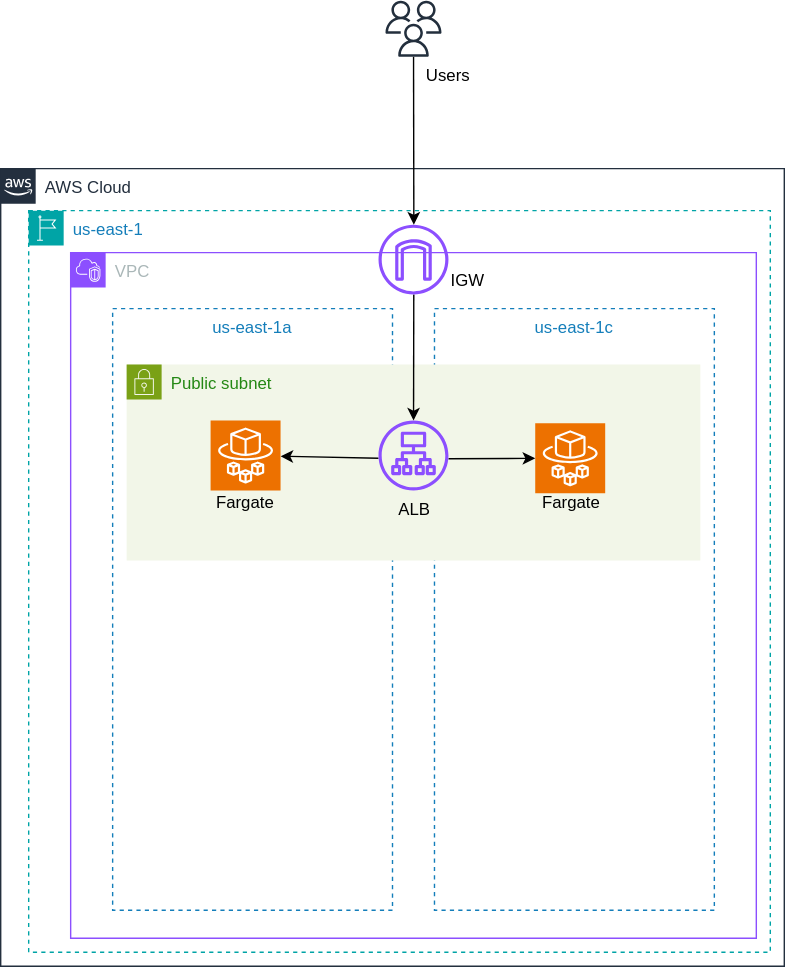
ImuraEiki/react_sns keeps this draw.io diagram as aws.drawio.svg. Above is the earlier version. Source tidied: cells renumbered, new cells last; positions are measured from the earlier drawing's top-left corner, leaving out a move shared by most shapes. The source it was exported from:
```xml
<mxGraphModel>
  <root>
    <mxCell id="0" />
    <mxCell id="1" parent="0" />
    <mxCell id="2" value="AWS Cloud" style="gradientColor=none;html=1;whiteSpace=wrap;fontSize=12;fontStyle=0;shape=mxgraph.aws4.group;grIcon=mxgraph.aws4.group_aws_cloud_alt;strokeColor=#232F3E;fillColor=none;verticalAlign=top;align=left;spacingLeft=30;fontColor=#232F3E;dashed=0;" parent="1" vertex="1">
      <mxGeometry y="120" width="560" height="570" as="geometry" />
    </mxCell>
    <mxCell id="3" value="us-east-1" style="gradientColor=none;html=1;whiteSpace=wrap;fontSize=12;fontStyle=0;shape=mxgraph.aws4.group;grIcon=mxgraph.aws4.group_region;strokeColor=#00A4A6;fillColor=none;verticalAlign=top;align=left;spacingLeft=30;fontColor=#147EBA;dashed=1;" parent="2" vertex="1">
      <mxGeometry x="20" y="30" width="530" height="530" as="geometry" />
    </mxCell>
    <mxCell id="4" value="VPC" style="gradientColor=none;html=1;whiteSpace=wrap;fontSize=12;fontStyle=0;shape=mxgraph.aws4.group;grIcon=mxgraph.aws4.group_vpc2;strokeColor=#8C4FFF;fillColor=none;verticalAlign=top;align=left;spacingLeft=30;fontColor=#AAB7B8;dashed=0;" parent="3" vertex="1">
      <mxGeometry x="30" y="30" width="490" height="490" as="geometry" />
    </mxCell>
    <mxCell id="5" value="us-east-1a" style="fillColor=none;strokeColor=#147EBA;dashed=1;verticalAlign=top;fontStyle=0;fontColor=#147EBA;whiteSpace=wrap;html=1;" parent="4" vertex="1">
      <mxGeometry x="30" y="40" width="200" height="430" as="geometry" />
    </mxCell>
    <mxCell id="6" value="us-east-1c" style="fillColor=none;strokeColor=#147EBA;dashed=1;verticalAlign=top;fontStyle=0;fontColor=#147EBA;whiteSpace=wrap;html=1;" parent="4" vertex="1">
      <mxGeometry x="260" y="40" width="200" height="430" as="geometry" />
    </mxCell>
    <mxCell id="7" value="Public subnet" style="gradientColor=none;html=1;whiteSpace=wrap;fontSize=12;fontStyle=0;shape=mxgraph.aws4.group;grIcon=mxgraph.aws4.group_security_group;grStroke=0;strokeColor=#7AA116;fillColor=#F2F6E8;verticalAlign=top;align=left;spacingLeft=30;fontColor=#248814;dashed=0;" parent="4" vertex="1">
      <mxGeometry x="40" y="80" width="410" height="140" as="geometry" />
    </mxCell>
    <mxCell id="8" value="Fargate" style="text;strokeColor=none;align=center;fillColor=none;html=1;verticalAlign=middle;whiteSpace=wrap;rounded=0;" parent="7" vertex="1">
      <mxGeometry x="55" y="84" width="60" height="30" as="geometry" />
    </mxCell>
    <mxCell id="9" style="edgeStyle=none;html=1;" parent="4" edge="1" target="10">
      <mxGeometry relative="1" as="geometry">
        <mxPoint x="220" y="147" as="sourcePoint" />
      </mxGeometry>
    </mxCell>
    <mxCell id="10" style="sketch=0;points=[[0,0,0],[0.25,0,0],[0.5,0,0],[0.75,0,0],[1,0,0],[0,1,0],[0.25,1,0],[0.5,1,0],[0.75,1,0],[1,1,0],[0,0.25,0],[0,0.5,0],[0,0.75,0],[1,0.25,0],[1,0.5,0],[1,0.75,0]];outlineConnect=0;fontColor=#232F3E;fillColor=#ED7100;strokeColor=#ffffff;dashed=0;verticalLabelPosition=bottom;verticalAlign=top;align=center;html=1;fontSize=12;fontStyle=0;shape=mxgraph.aws4.resourceIcon;resIcon=mxgraph.aws4.fargate;" parent="4" vertex="1">
      <mxGeometry x="100" y="120" width="50" height="50" as="geometry" />
    </mxCell>
    <mxCell id="11" style="sketch=0;points=[[0,0,0],[0.25,0,0],[0.5,0,0],[0.75,0,0],[1,0,0],[0,1,0],[0.25,1,0],[0.5,1,0],[0.75,1,0],[1,1,0],[0,0.25,0],[0,0.5,0],[0,0.75,0],[1,0.25,0],[1,0.5,0],[1,0.75,0]];outlineConnect=0;fontColor=#232F3E;fillColor=#ED7100;strokeColor=#ffffff;dashed=0;verticalLabelPosition=bottom;verticalAlign=top;align=center;html=1;fontSize=12;fontStyle=0;shape=mxgraph.aws4.resourceIcon;resIcon=mxgraph.aws4.fargate;" parent="4" vertex="1">
      <mxGeometry x="332" y="122" width="50" height="50" as="geometry" />
    </mxCell>
    <mxCell id="12" style="edgeStyle=none;html=1;entryX=0;entryY=0.5;entryDx=0;entryDy=0;entryPerimeter=0;" parent="4" edge="1" target="11">
      <mxGeometry relative="1" as="geometry">
        <mxPoint x="270" y="147.4" as="sourcePoint" />
      </mxGeometry>
    </mxCell>
    <mxCell id="13" style="sketch=0;outlineConnect=0;fontColor=#232F3E;gradientColor=none;fillColor=#8C4FFF;strokeColor=none;dashed=0;verticalLabelPosition=bottom;verticalAlign=top;align=center;html=1;fontSize=12;fontStyle=0;shape=mxgraph.aws4.application_load_balancer;" parent="4" vertex="1">
      <mxGeometry x="220" y="120" width="50" height="50" as="geometry" />
    </mxCell>
    <mxCell id="14" style="edgeStyle=none;html=1;" parent="4" edge="1" target="13">
      <mxGeometry relative="1" as="geometry">
        <mxPoint x="245.2" y="30" as="sourcePoint" />
      </mxGeometry>
    </mxCell>
    <mxCell id="15" value="IGW" style="text;strokeColor=none;align=center;fillColor=none;html=1;verticalAlign=middle;whiteSpace=wrap;rounded=0;" parent="4" vertex="1">
      <mxGeometry x="254" y="5" width="60" height="30" as="geometry" />
    </mxCell>
    <mxCell id="16" style="sketch=0;fontColor=#232F3E;gradientColor=none;fillColor=#8C4FFF;strokeColor=none;dashed=0;verticalLabelPosition=bottom;verticalAlign=top;align=center;html=1;fontSize=12;fontStyle=0;shape=mxgraph.aws4.internet_gateway;" parent="4" vertex="1">
      <mxGeometry x="220" y="-20" width="50" height="50" as="geometry" />
    </mxCell>
    <mxCell id="17" value="ALB" style="text;strokeColor=none;align=center;fillColor=none;html=1;verticalAlign=middle;whiteSpace=wrap;rounded=0;" parent="1" vertex="1">
      <mxGeometry x="266" y="349" width="60" height="30" as="geometry" />
    </mxCell>
    <mxCell id="18" value="Fargate" style="text;strokeColor=none;align=center;fillColor=none;html=1;verticalAlign=middle;whiteSpace=wrap;rounded=0;" parent="1" vertex="1">
      <mxGeometry x="378" y="344" width="60" height="30" as="geometry" />
    </mxCell>
    <mxCell id="19" style="edgeStyle=none;html=1;entryX=0.5;entryY=0;entryDx=0;entryDy=0;entryPerimeter=0;" parent="1" edge="1" source="20">
      <mxGeometry relative="1" as="geometry">
        <mxPoint x="295.2" y="160" as="targetPoint" />
      </mxGeometry>
    </mxCell>
    <mxCell id="20" style="sketch=0;outlineConnect=0;fontColor=#232F3E;gradientColor=none;fillColor=#232F3D;strokeColor=none;dashed=0;verticalLabelPosition=bottom;verticalAlign=top;align=center;html=1;fontSize=12;fontStyle=0;shape=mxgraph.aws4.users;" parent="1" vertex="1">
      <mxGeometry x="275" width="40" height="40" as="geometry" />
    </mxCell>
    <mxCell id="21" value="Users" style="text;strokeColor=none;align=center;fillColor=none;html=1;verticalAlign=middle;whiteSpace=wrap;rounded=0;" parent="1" vertex="1">
      <mxGeometry x="290" y="39" width="60" height="30" as="geometry" />
    </mxCell>
  </root>
</mxGraphModel>
```
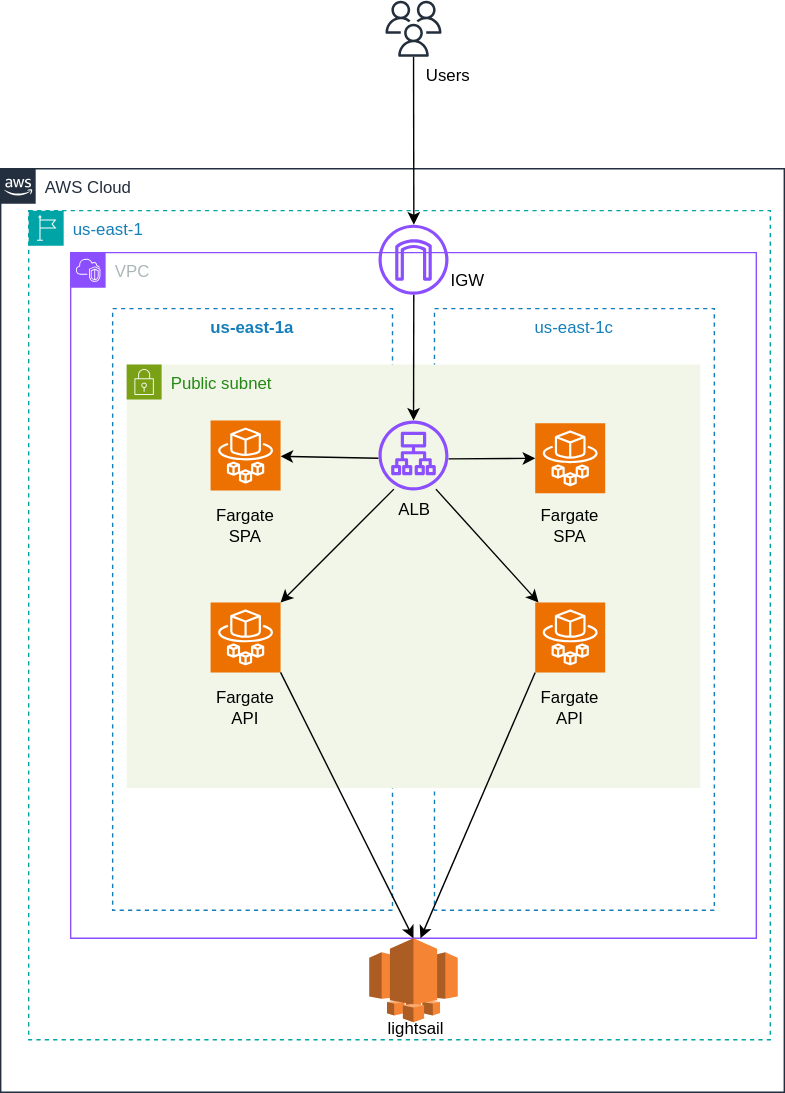
Above is the later version.

Commit message:
doc: AWS構成図を更新

What changed in the source:
```diff
@@ -3,26 +3,40 @@
     <mxCell id="0" />
     <mxCell id="1" parent="0" />
     <mxCell id="2" value="AWS Cloud" style="gradientColor=none;html=1;whiteSpace=wrap;fontSize=12;fontStyle=0;shape=mxgraph.aws4.group;grIcon=mxgraph.aws4.group_aws_cloud_alt;strokeColor=#232F3E;fillColor=none;verticalAlign=top;align=left;spacingLeft=30;fontColor=#232F3E;dashed=0;" parent="1" vertex="1">
-      <mxGeometry y="120" width="560" height="570" as="geometry" />
+      <mxGeometry y="120" width="560" height="660" as="geometry" />
     </mxCell>
     <mxCell id="3" value="us-east-1" style="gradientColor=none;html=1;whiteSpace=wrap;fontSize=12;fontStyle=0;shape=mxgraph.aws4.group;grIcon=mxgraph.aws4.group_region;strokeColor=#00A4A6;fillColor=none;verticalAlign=top;align=left;spacingLeft=30;fontColor=#147EBA;dashed=1;" parent="2" vertex="1">
-      <mxGeometry x="20" y="30" width="530" height="530" as="geometry" />
+      <mxGeometry x="20" y="30" width="530" height="592.5" as="geometry" />
     </mxCell>
     <mxCell id="4" value="VPC" style="gradientColor=none;html=1;whiteSpace=wrap;fontSize=12;fontStyle=0;shape=mxgraph.aws4.group;grIcon=mxgraph.aws4.group_vpc2;strokeColor=#8C4FFF;fillColor=none;verticalAlign=top;align=left;spacingLeft=30;fontColor=#AAB7B8;dashed=0;" parent="3" vertex="1">
       <mxGeometry x="30" y="30" width="490" height="490" as="geometry" />
     </mxCell>
-    <mxCell id="5" value="us-east-1a" style="fillColor=none;strokeColor=#147EBA;dashed=1;verticalAlign=top;fontStyle=0;fontColor=#147EBA;whiteSpace=wrap;html=1;" parent="4" vertex="1">
+    <mxCell id="5" value="us-east-1a" style="fillColor=none;strokeColor=#147EBA;dashed=1;verticalAlign=top;fontStyle=1;fontColor=#147EBA;whiteSpace=wrap;html=1;" parent="4" vertex="1">
       <mxGeometry x="30" y="40" width="200" height="430" as="geometry" />
     </mxCell>
     <mxCell id="6" value="us-east-1c" style="fillColor=none;strokeColor=#147EBA;dashed=1;verticalAlign=top;fontStyle=0;fontColor=#147EBA;whiteSpace=wrap;html=1;" parent="4" vertex="1">
       <mxGeometry x="260" y="40" width="200" height="430" as="geometry" />
     </mxCell>
     <mxCell id="7" value="Public subnet" style="gradientColor=none;html=1;whiteSpace=wrap;fontSize=12;fontStyle=0;shape=mxgraph.aws4.group;grIcon=mxgraph.aws4.group_security_group;grStroke=0;strokeColor=#7AA116;fillColor=#F2F6E8;verticalAlign=top;align=left;spacingLeft=30;fontColor=#248814;dashed=0;" parent="4" vertex="1">
-      <mxGeometry x="40" y="80" width="410" height="140" as="geometry" />
+      <mxGeometry x="40" y="80" width="410" height="302.5" as="geometry" />
     </mxCell>
-    <mxCell id="8" value="Fargate" style="text;strokeColor=none;align=center;fillColor=none;html=1;verticalAlign=middle;whiteSpace=wrap;rounded=0;" parent="7" vertex="1">
-      <mxGeometry x="55" y="84" width="60" height="30" as="geometry" />
-    </mxCell>
+    <mxCell id="18" value="Fargate&lt;br&gt;SPA" style="text;strokeColor=none;align=center;fillColor=none;html=1;verticalAlign=middle;whiteSpace=wrap;rounded=0;" parent="7" vertex="1">
+      <mxGeometry x="287" y="100" width="60" height="30" as="geometry" />
+    </mxCell>
+    <mxCell id="22" style="sketch=0;points=[[0,0,0],[0.25,0,0],[0.5,0,0],[0.75,0,0],[1,0,0],[0,1,0],[0.25,1,0],[0.5,1,0],[0.75,1,0],[1,1,0],[0,0.25,0],[0,0.5,0],[0,0.75,0],[1,0.25,0],[1,0.5,0],[1,0.75,0]];outlineConnect=0;fontColor=#232F3E;fillColor=#ED7100;strokeColor=#ffffff;dashed=0;verticalLabelPosition=bottom;verticalAlign=top;align=center;html=1;fontSize=12;fontStyle=0;shape=mxgraph.aws4.resourceIcon;resIcon=mxgraph.aws4.fargate;" parent="7" vertex="1">
+      <mxGeometry x="60" y="170" width="50" height="50" as="geometry" />
+    </mxCell>
+    <mxCell id="23" style="edgeStyle=none;html=1;exitX=0;exitY=1;exitDx=0;exitDy=0;exitPerimeter=0;" parent="7" edge="1" source="24">
+      <mxGeometry relative="1" as="geometry">
+        <mxPoint x="210" y="410" as="targetPoint" />
+      </mxGeometry>
+    </mxCell>
+    <mxCell id="24" style="sketch=0;points=[[0,0,0],[0.25,0,0],[0.5,0,0],[0.75,0,0],[1,0,0],[0,1,0],[0.25,1,0],[0.5,1,0],[0.75,1,0],[1,1,0],[0,0.25,0],[0,0.5,0],[0,0.75,0],[1,0.25,0],[1,0.5,0],[1,0.75,0]];outlineConnect=0;fontColor=#232F3E;fillColor=#ED7100;strokeColor=#ffffff;dashed=0;verticalLabelPosition=bottom;verticalAlign=top;align=center;html=1;fontSize=12;fontStyle=0;shape=mxgraph.aws4.resourceIcon;resIcon=mxgraph.aws4.fargate;" parent="7" vertex="1">
+      <mxGeometry x="292" y="170" width="50" height="50" as="geometry" />
+    </mxCell>
+    <mxCell id="25" value="Fargate&lt;br&gt;API" style="text;strokeColor=none;align=center;fillColor=none;html=1;verticalAlign=middle;whiteSpace=wrap;rounded=0;" parent="7" vertex="1">
+      <mxGeometry x="287" y="230" width="60" height="30" as="geometry" />
+    </mxCell>
     <mxCell id="9" style="edgeStyle=none;html=1;" parent="4" edge="1" target="10">
       <mxGeometry relative="1" as="geometry">
         <mxPoint x="220" y="147" as="sourcePoint" />
@@ -53,12 +67,24 @@
     <mxCell id="16" style="sketch=0;fontColor=#232F3E;gradientColor=none;fillColor=#8C4FFF;strokeColor=none;dashed=0;verticalLabelPosition=bottom;verticalAlign=top;align=center;html=1;fontSize=12;fontStyle=0;shape=mxgraph.aws4.internet_gateway;" parent="4" vertex="1">
       <mxGeometry x="220" y="-20" width="50" height="50" as="geometry" />
     </mxCell>
+    <mxCell id="8" value="Fargate&lt;br&gt;SPA" style="text;strokeColor=none;align=center;fillColor=none;html=1;verticalAlign=middle;whiteSpace=wrap;rounded=0;" parent="4" vertex="1">
+      <mxGeometry x="95" y="180" width="60" height="30" as="geometry" />
+    </mxCell>
+    <mxCell id="26" value="Fargate&lt;br&gt;API" style="text;strokeColor=none;align=center;fillColor=none;html=1;verticalAlign=middle;whiteSpace=wrap;rounded=0;" parent="4" vertex="1">
+      <mxGeometry x="95" y="310" width="60" height="30" as="geometry" />
+    </mxCell>
+    <mxCell id="27" style="outlineConnect=0;dashed=0;verticalLabelPosition=bottom;verticalAlign=top;align=center;html=1;shape=mxgraph.aws3.lightsail;fillColor=#F58534;gradientColor=none;" parent="3" vertex="1">
+      <mxGeometry x="243.4" y="520" width="63.2" height="60" as="geometry" />
+    </mxCell>
+    <mxCell id="28" style="edgeStyle=none;html=1;exitX=1;exitY=1;exitDx=0;exitDy=0;exitPerimeter=0;entryX=0.5;entryY=0;entryDx=0;entryDy=0;entryPerimeter=0;" parent="3" edge="1" source="22" target="27">
+      <mxGeometry relative="1" as="geometry" />
+    </mxCell>
+    <mxCell id="29" style="edgeStyle=none;html=1;exitX=0.75;exitY=0;exitDx=0;exitDy=0;" parent="1" edge="1" source="17" target="24">
+      <mxGeometry relative="1" as="geometry" />
+    </mxCell>
     <mxCell id="17" value="ALB" style="text;strokeColor=none;align=center;fillColor=none;html=1;verticalAlign=middle;whiteSpace=wrap;rounded=0;" parent="1" vertex="1">
       <mxGeometry x="266" y="349" width="60" height="30" as="geometry" />
     </mxCell>
-    <mxCell id="18" value="Fargate" style="text;strokeColor=none;align=center;fillColor=none;html=1;verticalAlign=middle;whiteSpace=wrap;rounded=0;" parent="1" vertex="1">
-      <mxGeometry x="378" y="344" width="60" height="30" as="geometry" />
-    </mxCell>
     <mxCell id="19" style="edgeStyle=none;html=1;entryX=0.5;entryY=0;entryDx=0;entryDy=0;entryPerimeter=0;" parent="1" edge="1" source="20">
       <mxGeometry relative="1" as="geometry">
         <mxPoint x="295.2" y="160" as="targetPoint" />
@@ -70,5 +96,11 @@
     <mxCell id="21" value="Users" style="text;strokeColor=none;align=center;fillColor=none;html=1;verticalAlign=middle;whiteSpace=wrap;rounded=0;" parent="1" vertex="1">
       <mxGeometry x="290" y="39" width="60" height="30" as="geometry" />
     </mxCell>
+    <mxCell id="30" style="edgeStyle=none;html=1;exitX=0.25;exitY=0;exitDx=0;exitDy=0;entryX=1;entryY=0;entryDx=0;entryDy=0;entryPerimeter=0;" parent="1" edge="1" source="17" target="22">
+      <mxGeometry relative="1" as="geometry" />
+    </mxCell>
+    <mxCell id="31" value="lightsail" style="text;strokeColor=none;align=center;fillColor=none;html=1;verticalAlign=middle;whiteSpace=wrap;rounded=0;" parent="1" vertex="1">
+      <mxGeometry x="267" y="720" width="60" height="30" as="geometry" />
+    </mxCell>
   </root>
 </mxGraphModel>
```
